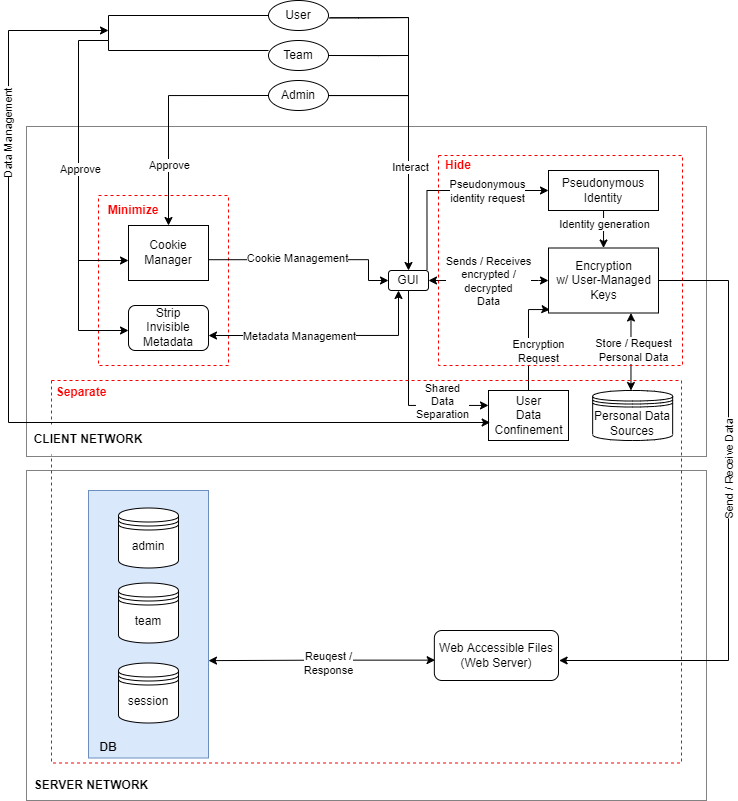
Above: Architectural_Requirements_Data_oriented.drawio.png in claudialorusso/CivicSense (draw.io), before the change. Source tidied: cells renumbered, new cells last; positions are measured from the earlier drawing's top-left corner, leaving out a move shared by most shapes.
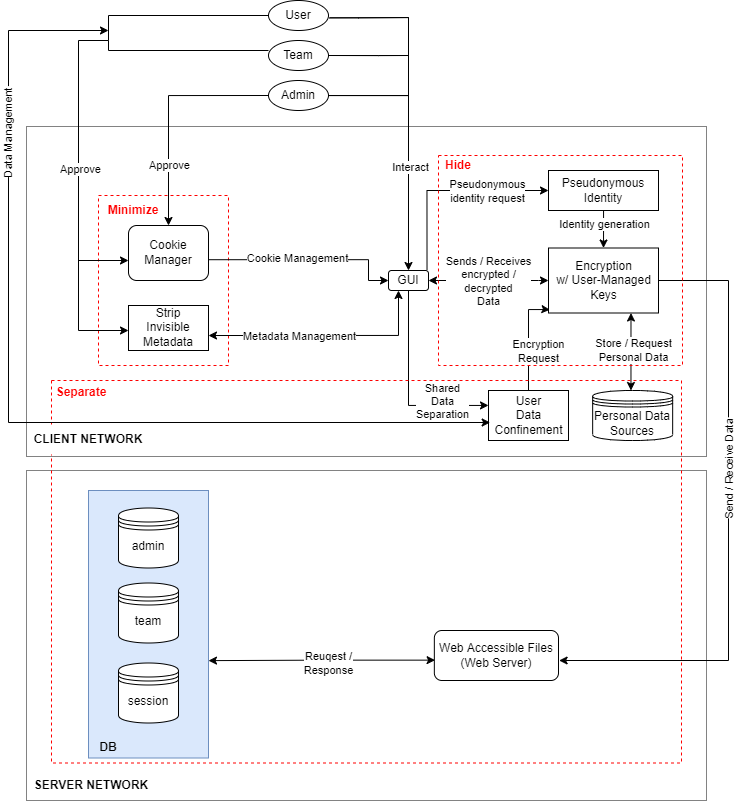
After the commit.

What changed in the source:
```diff
@@ -224,7 +224,7 @@
     <mxCell id="48" value="GUI" style="rounded=1;whiteSpace=wrap;html=1;" parent="1" vertex="1">
       <mxGeometry x="380" y="270" width="40" height="20" as="geometry" />
     </mxCell>
-    <mxCell id="49" value="&lt;span style=&quot;&quot;&gt;Strip&lt;br&gt;Invisible&lt;br&gt;Metadata&lt;/span&gt;" style="rounded=1;whiteSpace=wrap;html=1;" parent="1" vertex="1">
+    <mxCell id="49" value="&lt;span style=&quot;&quot;&gt;Strip&lt;br&gt;Invisible&lt;br&gt;Metadata&lt;/span&gt;" style="rounded=0;whiteSpace=wrap;html=1;" parent="1" vertex="1">
       <mxGeometry x="120" y="305" width="80" height="45" as="geometry" />
     </mxCell>
     <mxCell id="50" style="edgeStyle=orthogonalEdgeStyle;rounded=0;jettySize=auto;html=1;endArrow=classic;endFill=1;exitX=0.75;exitY=1;exitDx=0;exitDy=0;startArrow=classic;startFill=1;" parent="1" edge="1" source="54" target="79">
@@ -267,7 +267,7 @@
     <mxCell id="56" value="User&lt;br&gt;Data&lt;br&gt;Confinement" style="html=1;" parent="1" vertex="1">
       <mxGeometry x="480" y="390" width="80" height="50" as="geometry" />
     </mxCell>
-    <mxCell id="57" value="Cookie Manager" style="rounded=0;whiteSpace=wrap;html=1;" parent="1" vertex="1">
+    <mxCell id="57" value="Cookie Manager" style="rounded=1;whiteSpace=wrap;html=1;" parent="1" vertex="1">
       <mxGeometry x="120" y="225" width="80" height="55" as="geometry" />
     </mxCell>
     <mxCell id="58" style="edgeStyle=orthogonalEdgeStyle;rounded=0;jettySize=auto;html=1;fontColor=#FF0000;endArrow=none;endFill=0;" parent="1" edge="1" source="59">
```
